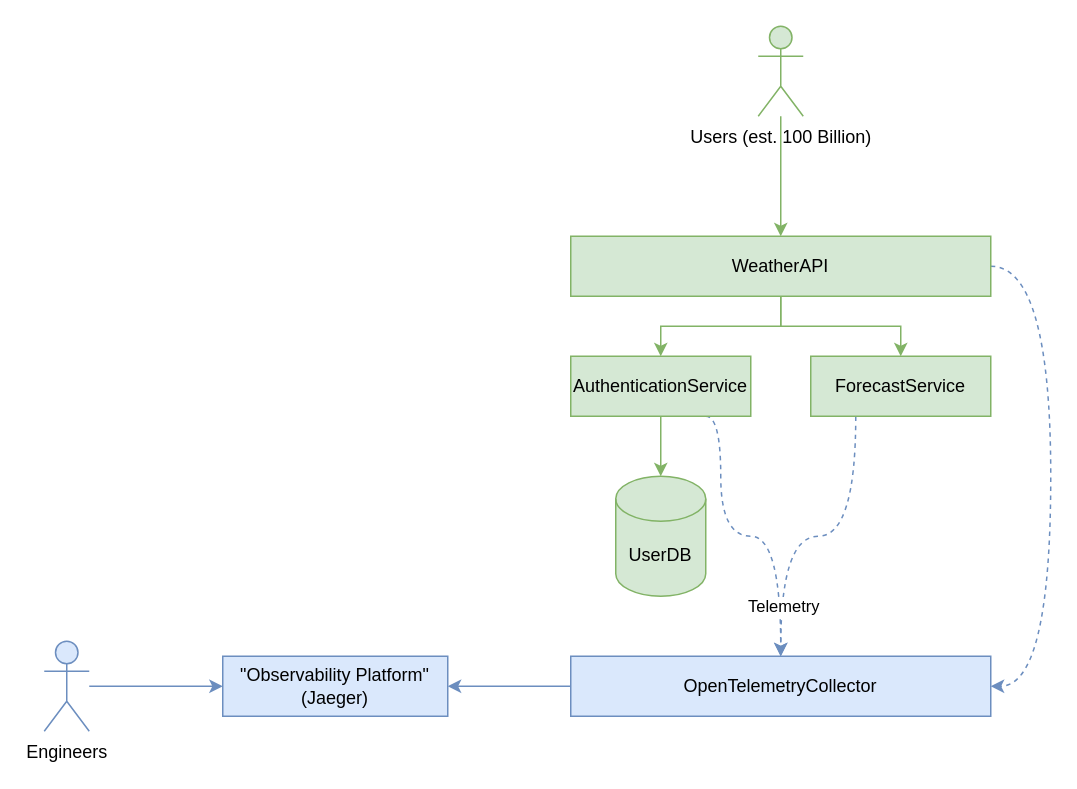
This is Architecture.drawio from BlakeWills/OpenTelemetry-Demo, a draw.io file, before an edit. Source tidied: cells renumbered, new cells numbered last; positions are measured from the earlier drawing's top-left corner, leaving out a move shared by most shapes. Both pictures are drawn from the tidied source at 150%, with x=0, y=0 at pixel (44, 26).
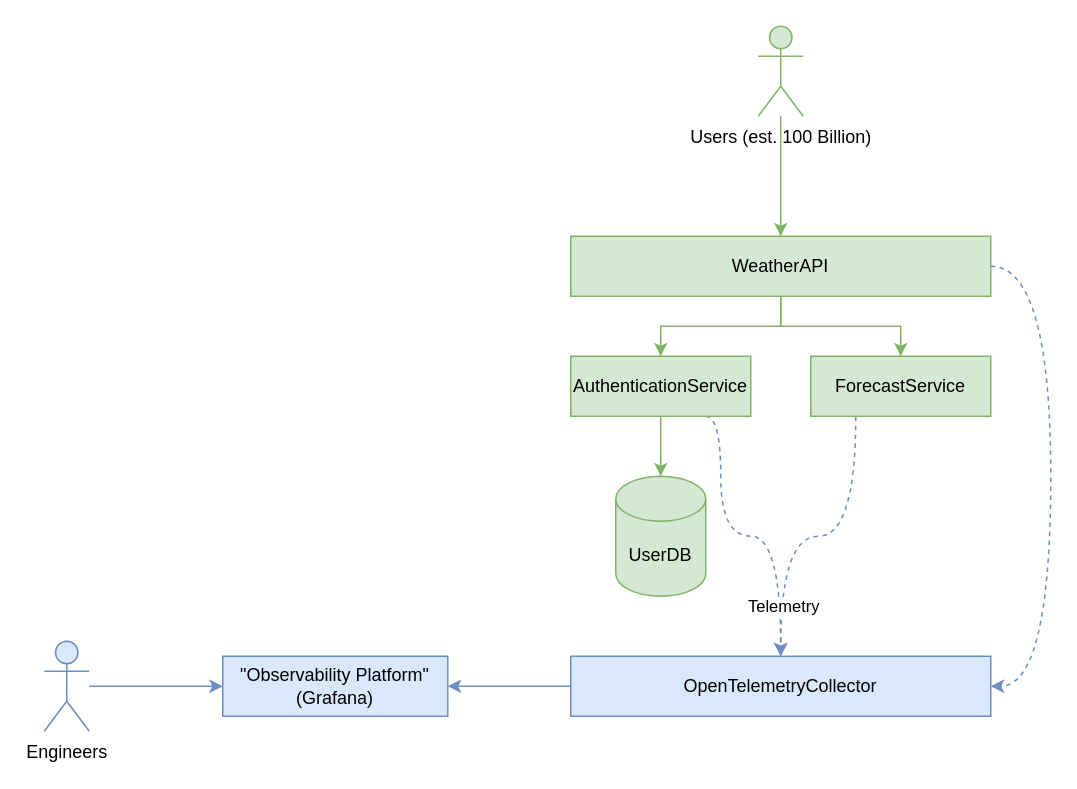
Above is the later version.

Diff of the diagram source:
```diff
@@
-    <mxCell id="17" value="&quot;Observability Platform&quot;&lt;br&gt;(Jaeger)" style="rounded=0;whiteSpace=wrap;html=1;fillColor=#dae8fc;strokeColor=#6c8ebf;" parent="1" vertex="1">
+    <mxCell id="17" value="&quot;Observability Platform&quot;&lt;br&gt;(Grafana)" style="rounded=0;whiteSpace=wrap;html=1;fillColor=#dae8fc;strokeColor=#6c8ebf;" parent="1" vertex="1">
       <mxGeometry x="119" y="420" width="150" height="40" as="geometry" />
     </mxCell>
```
